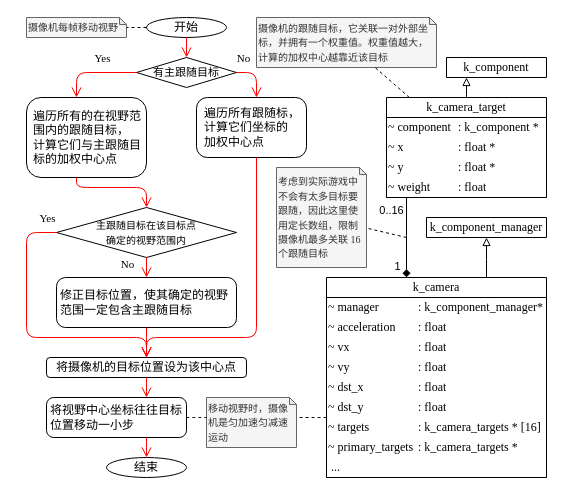
szdxdxdx/k_game keeps this draw.io diagram as page "摄像机" (15 of 19) of k_game/docs/drawio/k_game.drawio. Above is the earlier version. Source tidied: cells renumbered, new cells numbered last; positions are measured from the earlier drawing's top-left corner, leaving out a move shared by most shapes. Both pictures are drawn from the tidied source at 100%, with x=0, y=0 at pixel (26, 17).
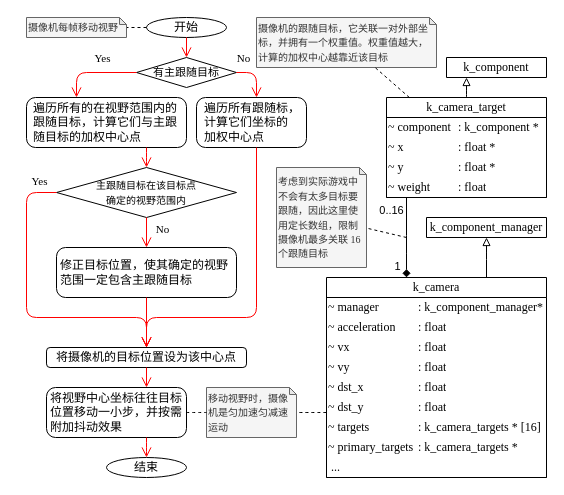
Above is the later version.

Unchanged cells that the change refers to:
```xml
<mxCell id="39" value="&lt;font face=&quot;Times New Roman&quot;&gt;k_camera&lt;/font&gt;" style="swimlane;fontStyle=0;horizontal=1;startSize=20;fillColor=#FFFFFF;whiteSpace=wrap;html=1;labelBackgroundColor=default;" parent="1" vertex="1">
  <mxGeometry x="300" y="260" width="220" height="200" as="geometry" />
</mxCell>
```

The edit, as a diff of the source:
```diff
@@
     <mxCell id="4" value="遍历所有跟随标，计算它们坐标的&lt;br&gt;加权中心点" style="rounded=1;whiteSpace=wrap;html=1;arcSize=18;align=left;spacingLeft=6;fontFamily=Times New Roman;spacingRight=2;" parent="1" vertex="1">
-      <mxGeometry x="170" y="80" width="110" height="60" as="geometry" />
+      <mxGeometry x="170" y="80" width="110" height="50" as="geometry" />
     </mxCell>
-    <mxCell id="5" value="遍历所有的在视野范围内的跟随目标，&lt;br&gt;计算它们与主跟随目标的加权中心点" style="rounded=1;whiteSpace=wrap;html=1;arcSize=18;align=left;spacingLeft=5;fontFamily=Times New Roman;spacingRight=2;" parent="1" vertex="1">
-      <mxGeometry y="80" width="120" height="80" as="geometry" />
+    <mxCell id="5" value="遍历所有的在视野范围内的跟随目标，计算它们与主跟随目标的加权中心点" style="rounded=1;whiteSpace=wrap;html=1;arcSize=18;align=left;spacingLeft=5;fontFamily=Times New Roman;spacingRight=2;" parent="1" vertex="1">
+      <mxGeometry y="80" width="160" height="50" as="geometry" />
     </mxCell>
     <mxCell id="6" value="将摄像机的目标位置设为该中心点" style="rounded=1;whiteSpace=wrap;html=1;arcSize=18;align=center;spacingLeft=0;fontFamily=Times New Roman;" parent="1" vertex="1">
-      <mxGeometry x="20" y="340" width="200" height="20" as="geometry" />
+      <mxGeometry x="20" y="330" width="200" height="20" as="geometry" />
     </mxCell>
     <mxCell id="7" value="&lt;span style=&quot;font-size: 10px; font-weight: 400;&quot;&gt;主跟随目标在该目标点&lt;br&gt;确定的视野范围内&lt;/span&gt;" style="strokeWidth=1;html=1;shape=mxgraph.flowchart.decision;whiteSpace=wrap;strokeColor=#000000;fontStyle=1;labelBackgroundColor=none;fontColor=default;fontFamily=Times New Roman;spacingRight=30;spacingLeft=30;" parent="1" vertex="1">
-      <mxGeometry x="30" y="190" width="180" height="50" as="geometry" />
+      <mxGeometry x="30" y="150" width="180" height="50" as="geometry" />
     </mxCell>
     <mxCell id="8" value="修正目标位置，使其确定的视野范围一定包含主跟随目标" style="rounded=1;whiteSpace=wrap;html=1;arcSize=18;align=left;spacingLeft=2;fontFamily=Times New Roman;spacingRight=2;" parent="1" vertex="1">
-      <mxGeometry x="30" y="260" width="180" height="50" as="geometry" />
+      <mxGeometry x="30" y="230" width="180" height="50" as="geometry" />
     </mxCell>
-    <mxCell id="9" value="将视野中心坐标往往目标位置移动一小步" style="rounded=1;whiteSpace=wrap;html=1;arcSize=18;align=left;spacingLeft=2;fontFamily=Times New Roman;spacingRight=2;" parent="1" vertex="1">
-      <mxGeometry x="20" y="380" width="140" height="40" as="geometry" />
+    <mxCell id="9" value="将视野中心坐标往往目标位置移动一小步，并按需附加抖动效果" style="rounded=1;whiteSpace=wrap;html=1;arcSize=18;align=left;spacingLeft=2;fontFamily=Times New Roman;spacingRight=2;" parent="1" vertex="1">
+      <mxGeometry x="20" y="370" width="140" height="50" as="geometry" />
     </mxCell>
@@
     <mxCell id="16" style="edgeStyle=orthogonalEdgeStyle;html=1;verticalAlign=bottom;endArrow=open;endSize=8;strokeColor=#ff0000;rounded=1;fontFamily=Times New Roman;" parent="1" edge="1" source="5" target="7">
       <mxGeometry relative="1" as="geometry">
         <Array as="points">
-          <mxPoint x="50" y="170" />
-          <mxPoint x="120" y="170" />
+          <mxPoint x="120" y="140" />
+          <mxPoint x="120" y="140" />
         </Array>
       </mxGeometry>
     </mxCell>
     <mxCell id="17" style="edgeStyle=orthogonalEdgeStyle;html=1;verticalAlign=bottom;endArrow=open;endSize=8;strokeColor=#ff0000;rounded=1;fontFamily=Times New Roman;" parent="1" edge="1" source="7" target="8">
       <mxGeometry relative="1" as="geometry">
         <Array as="points">
-          <mxPoint x="120" y="290" />
-          <mxPoint x="120" y="290" />
+          <mxPoint x="120" y="240" />
+          <mxPoint x="120" y="240" />
         </Array>
       </mxGeometry>
     </mxCell>
     <mxCell id="18" value="No" style="edgeLabel;html=1;align=center;verticalAlign=middle;fontFamily=Times New Roman;" parent="17" vertex="1">
       <mxGeometry x="-0.28" relative="1" as="geometry">
-        <mxPoint x="-20" y="-1" as="offset" />
+        <mxPoint x="15" as="offset" />
       </mxGeometry>
     </mxCell>
@@
     <mxCell id="20" style="edgeStyle=orthogonalEdgeStyle;html=1;verticalAlign=bottom;endArrow=open;endSize=8;strokeColor=#ff0000;rounded=1;fontFamily=Times New Roman;" parent="1" edge="1" source="4" target="6">
       <mxGeometry relative="1" as="geometry">
         <Array as="points">
-          <mxPoint x="230" y="320" />
-          <mxPoint x="120" y="320" />
+          <mxPoint x="230" y="300" />
+          <mxPoint x="120" y="300" />
         </Array>
       </mxGeometry>
     </mxCell>
@@
     <mxCell id="23" style="edgeStyle=orthogonalEdgeStyle;html=1;verticalAlign=bottom;endArrow=open;endSize=8;strokeColor=#ff0000;rounded=1;fontFamily=Times New Roman;" parent="1" edge="1" source="7" target="6">
       <mxGeometry relative="1" as="geometry">
         <Array as="points">
-          <mxPoint y="215" />
-          <mxPoint y="320" />
-          <mxPoint x="120" y="320" />
+          <mxPoint y="175" />
+          <mxPoint y="300" />
+          <mxPoint x="120" y="300" />
         </Array>
       </mxGeometry>
     </mxCell>
     <mxCell id="24" value="Yes" style="edgeLabel;html=1;align=center;verticalAlign=middle;fontFamily=Times New Roman;" parent="23" vertex="1">
       <mxGeometry x="-0.28" relative="1" as="geometry">
-        <mxPoint x="20" y="-84" as="offset" />
+        <mxPoint x="12" y="-92" as="offset" />
       </mxGeometry>
     </mxCell>
@@
     <mxCell id="77" value="&lt;span style=&quot;font-size: 10px;&quot;&gt;移动视野时，摄像机是匀加速匀减速运动&lt;br&gt;&lt;/span&gt;" style="shape=note;whiteSpace=wrap;html=1;backgroundOutline=1;darkOpacity=0.05;size=7;fillColor=#f5f5f5;fontColor=#333333;strokeColor=#666666;spacingLeft=2;align=left;spacingRight=2;spacing=0;fontFamily=Times New Roman;" parent="1" vertex="1">
-      <mxGeometry x="180" y="380" width="90" height="50" as="geometry" />
+      <mxGeometry x="180" y="370" width="90" height="50" as="geometry" />
     </mxCell>
@@
     <mxCell id="80" style="endArrow=none;dashed=1;html=1;rounded=0;edgeStyle=orthogonalEdgeStyle;curved=1;" parent="1" edge="1" source="39" target="77">
       <mxGeometry relative="1" as="geometry">
         <Array as="points">
-          <mxPoint x="290" y="400" />
-          <mxPoint x="290" y="400" />
+          <mxPoint x="280" y="395" />
+          <mxPoint x="280" y="395" />
         </Array>
       </mxGeometry>
     </mxCell>
     <mxCell id="81" style="endArrow=none;dashed=1;html=1;rounded=0;edgeStyle=orthogonalEdgeStyle;curved=1;" parent="1" edge="1" source="9" target="77">
       <mxGeometry relative="1" as="geometry">
         <Array as="points">
-          <mxPoint x="180" y="410" />
-          <mxPoint x="180" y="410" />
+          <mxPoint x="200" y="370" />
+          <mxPoint x="200" y="370" />
         </Array>
       </mxGeometry>
     </mxCell>
```
